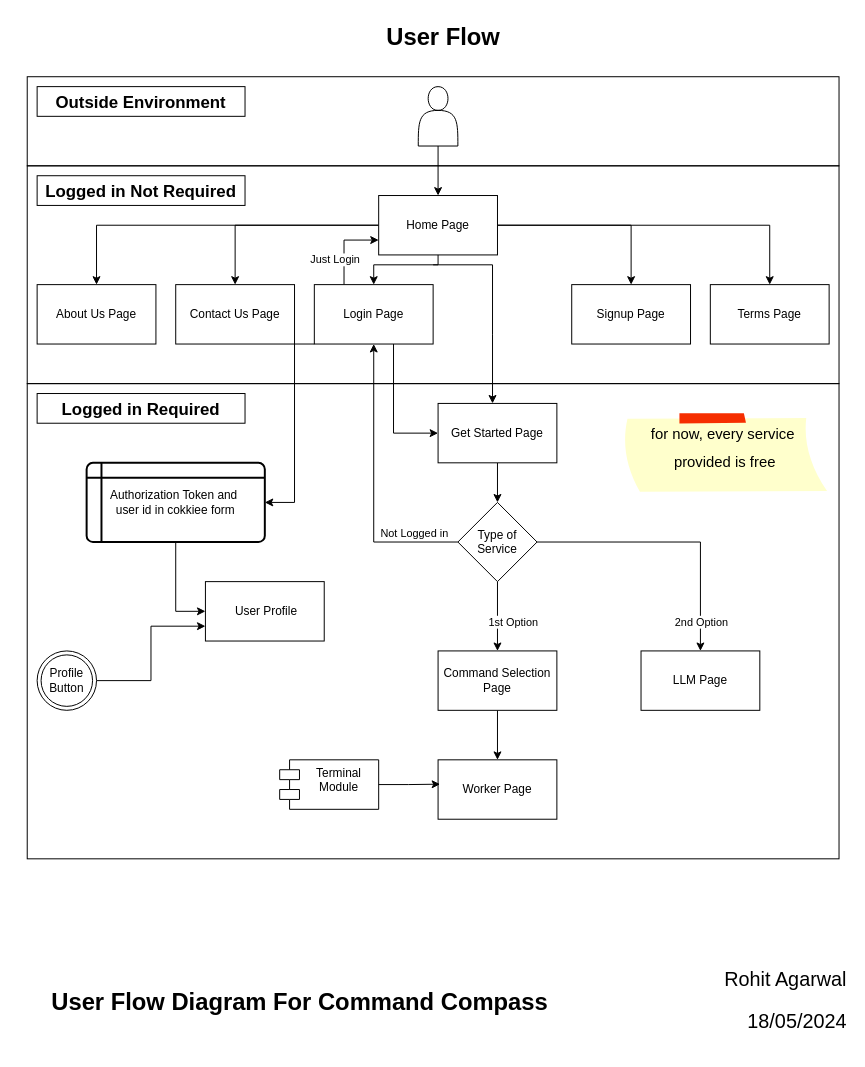
Above: design/flow-diagrams/User Flow Diagram For Command Compass.drawio in Command-Compass/Development-Documentation (draw.io), before the change. Source tidied: cells renumbered, new cells numbered last; positions are measured from the earlier drawing's top-left corner, leaving out a move shared by most shapes. Both pictures are drawn from the tidied source at 99%, with x=0, y=0 at pixel (17, 17).
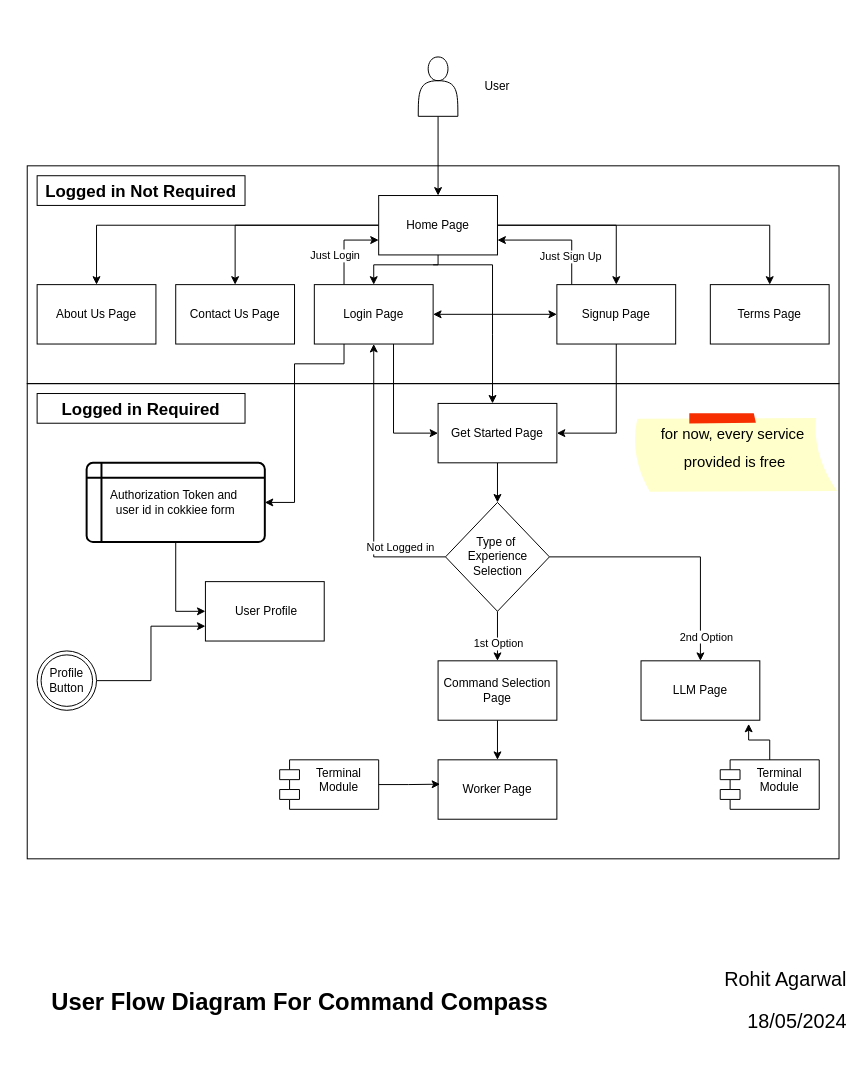
The same page after the edit.

The change refers to these unchanged cells:
```xml
<mxCell id="14" value="Home Page" style="rounded=0;whiteSpace=wrap;html=1;" parent="1" vertex="1">
  <mxGeometry x="365" y="180" width="120" height="60" as="geometry" />
</mxCell>
<mxCell id="18" style="edgeStyle=orthogonalEdgeStyle;rounded=0;jettySize=auto;html=1;exitX=0.25;exitY=0;exitDx=0;exitDy=0;entryX=0;entryY=0.75;entryDx=0;entryDy=0;" parent="1" edge="1" source="20" target="14">
  <mxGeometry relative="1" as="geometry" />
</mxCell>
<mxCell id="20" value="Login Page" style="rounded=0;whiteSpace=wrap;html=1;" parent="1" vertex="1">
  <mxGeometry x="300" y="270" width="120" height="60" as="geometry" />
</mxCell>
<mxCell id="24" value="Get Started Page" style="rounded=0;whiteSpace=wrap;html=1;" parent="1" vertex="1">
  <mxGeometry x="425" y="390" width="120" height="60" as="geometry" />
</mxCell>
<mxCell id="27" style="edgeStyle=orthogonalEdgeStyle;rounded=0;jettySize=auto;html=1;entryX=0.5;entryY=0;entryDx=0;entryDy=0;" parent="1" edge="1" source="33" target="36">
  <mxGeometry relative="1" as="geometry" />
</mxCell>
<mxCell id="40" value="Authorization Token and&amp;nbsp;&lt;div&gt;user id in cokkiee form&lt;/div&gt;" style="shape=internalStorage;whiteSpace=wrap;html=1;dx=15;dy=15;rounded=1;arcSize=8;strokeWidth=2;" parent="1" vertex="1">
  <mxGeometry x="70" y="450" width="180" height="80" as="geometry" />
</mxCell>
```

Diff of the diagram source:
```diff
@@
-    <mxCell id="4" style="rounded=0;whiteSpace=wrap;html=1;fillColor=none;" parent="1" vertex="1">
-      <mxGeometry x="10" y="60" width="820" height="90" as="geometry" />
-    </mxCell>
@@
     <mxCell id="6" style="shape=actor;whiteSpace=wrap;html=1;" parent="1" vertex="1">
-      <mxGeometry x="405" y="70" width="40" height="60" as="geometry" />
+      <mxGeometry x="405" y="40" width="40" height="60" as="geometry" />
     </mxCell>
-    <mxCell id="7" value="User Flow" style="text;strokeColor=none;fillColor=none;html=1;fontSize=24;fontStyle=1;verticalAlign=middle;align=center;" parent="1" vertex="1">
-      <mxGeometry x="380" width="100" height="40" as="geometry" />
-    </mxCell>
@@
     <mxCell id="19" value="Just Login" style="edgeLabel;html=1;align=center;verticalAlign=middle;" parent="18" vertex="1">
       <mxGeometry x="-0.35" y="-1" relative="1" as="geometry">
-        <mxPoint x="-11" as="offset" />
+        <mxPoint x="-11" y="-4" as="offset" />
       </mxGeometry>
     </mxCell>
@@
+    <mxCell id="50" style="edgeStyle=orthogonalEdgeStyle;rounded=0;jettySize=auto;html=1;entryX=1;entryY=0.5;entryDx=0;entryDy=0;" parent="1" edge="1" source="21" target="24">
+      <mxGeometry relative="1" as="geometry" />
+    </mxCell>
+    <mxCell id="51" style="edgeStyle=orthogonalEdgeStyle;rounded=0;jettySize=auto;html=1;entryX=1;entryY=0.75;entryDx=0;entryDy=0;" parent="1" edge="1" source="21" target="14">
+      <mxGeometry relative="1" as="geometry">
+        <Array as="points">
+          <mxPoint x="560" y="225" />
+        </Array>
+      </mxGeometry>
+    </mxCell>
+    <mxCell id="52" value="Just Sign Up" style="edgeLabel;html=1;align=center;verticalAlign=middle;" parent="51" vertex="1">
+      <mxGeometry x="-0.41" y="2" relative="1" as="geometry">
+        <mxPoint y="6" as="offset" />
+      </mxGeometry>
+    </mxCell>
     <mxCell id="21" value="Signup Page" style="rounded=0;whiteSpace=wrap;html=1;" parent="1" vertex="1">
-      <mxGeometry x="560" y="270" width="120" height="60" as="geometry" />
+      <mxGeometry x="545" y="270" width="120" height="60" as="geometry" />
     </mxCell>
@@
-    <mxCell id="26" value="&lt;h1 style=&quot;margin-top: 0px; font-size: 17px;&quot;&gt;Outside Environment&lt;/h1&gt;" style="text;html=1;whiteSpace=wrap;overflow=hidden;rounded=0;strokeColor=default;align=center;" parent="1" vertex="1">
-      <mxGeometry x="20" y="70" width="210" height="30" as="geometry" />
-    </mxCell>
@@
     <mxCell id="28" value="1st Option" style="edgeLabel;html=1;align=center;verticalAlign=middle;" parent="27" vertex="1">
       <mxGeometry x="-0.17" y="4" relative="1" as="geometry">
-        <mxPoint x="11" y="11" as="offset" />
+        <mxPoint x="-4" y="11" as="offset" />
       </mxGeometry>
     </mxCell>
@@
-    <mxCell id="33" value="Type of Service" style="rhombus;whiteSpace=wrap;html=1;" parent="1" vertex="1">
-      <mxGeometry x="445" y="490" width="80" height="80" as="geometry" />
+    <mxCell id="33" value="Type of&amp;nbsp;&lt;div&gt;Experience&lt;div&gt;Selection&lt;/div&gt;&lt;/div&gt;" style="rhombus;whiteSpace=wrap;html=1;" parent="1" vertex="1">
+      <mxGeometry x="432.5" y="490" width="105" height="110" as="geometry" />
     </mxCell>
     <mxCell id="34" value="LLM Page" style="rounded=0;whiteSpace=wrap;html=1;" parent="1" vertex="1">
-      <mxGeometry x="630" y="640" width="120" height="60" as="geometry" />
+      <mxGeometry x="630" y="650" width="120" height="60" as="geometry" />
     </mxCell>
@@
     <mxCell id="36" value="Command Selection Page" style="rounded=0;whiteSpace=wrap;html=1;" parent="1" vertex="1">
-      <mxGeometry x="425" y="640" width="120" height="60" as="geometry" />
+      <mxGeometry x="425" y="650" width="120" height="60" as="geometry" />
     </mxCell>
     <mxCell id="37" value="&lt;h1 style=&quot;color: rgb(0, 0, 0); margin-top: 0px; font-size: 15px;&quot;&gt;&lt;span style=&quot;font-weight: 400;&quot;&gt;for now, every service&amp;nbsp;&lt;/span&gt;&lt;/h1&gt;&lt;h1 style=&quot;color: rgb(0, 0, 0); margin-top: 0px; font-size: 15px;&quot;&gt;&lt;span style=&quot;font-weight: 400;&quot;&gt;provided is free&lt;/span&gt;&lt;/h1&gt;" style="strokeWidth=1;shadow=0;dashed=0;align=center;html=1;shape=mxgraph.mockup.text.stickyNote2;fontColor=#666666;mainText=;fontSize=17;whiteSpace=wrap;fillColor=#ffffcc;strokeColor=#F62E00;" parent="1" vertex="1">
-      <mxGeometry x="610" y="400" width="210" height="80" as="geometry" />
+      <mxGeometry x="620" y="400" width="210" height="80" as="geometry" />
     </mxCell>
@@
     <mxCell id="41" style="edgeStyle=orthogonalEdgeStyle;rounded=0;jettySize=auto;html=1;entryX=1;entryY=0.5;entryDx=0;entryDy=0;" parent="1" edge="1" source="20" target="40">
       <mxGeometry relative="1" as="geometry">
         <Array as="points">
-          <mxPoint x="330" y="330" />
-          <mxPoint x="280" y="330" />
-          <mxPoint x="280" y="440" />
+          <mxPoint x="330" y="350" />
+          <mxPoint x="280" y="350" />
+          <mxPoint x="280" y="490" />
         </Array>
       </mxGeometry>
     </mxCell>
@@
+    <mxCell id="53" style="endArrow=classic;startArrow=classic;html=1;rounded=0;entryX=1;entryY=0.5;entryDx=0;entryDy=0;exitX=0;exitY=0.5;exitDx=0;exitDy=0;" parent="1" edge="1" source="21" target="20">
+      <mxGeometry relative="1" as="geometry" />
+    </mxCell>
+    <mxCell id="54" value="&lt;div&gt;Terminal&lt;/div&gt;Module" style="shape=module;align=left;spacingLeft=20;align=center;verticalAlign=top;whiteSpace=wrap;html=1;" parent="1" vertex="1">
+      <mxGeometry x="710" y="750" width="100" height="50" as="geometry" />
+    </mxCell>
+    <mxCell id="55" style="edgeStyle=orthogonalEdgeStyle;rounded=0;jettySize=auto;html=1;entryX=0.906;entryY=1.061;entryDx=0;entryDy=0;entryPerimeter=0;" parent="1" edge="1" source="54" target="34">
+      <mxGeometry relative="1" as="geometry" />
+    </mxCell>
+    <mxCell id="56" value="User" style="text;html=1;align=center;verticalAlign=middle;whiteSpace=wrap;rounded=0;" parent="1" vertex="1">
+      <mxGeometry x="455" y="55" width="60" height="30" as="geometry" />
+    </mxCell>
```
